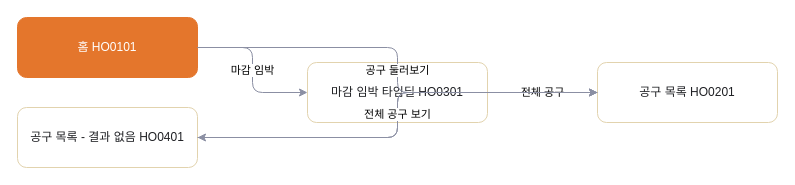
The draw.io diagram page "HO 홈·탐색" (2 of 10) of 판매용_템플릿/_판매팩/공동구매_플러스/05_FLOW_흐름도.drawio in hyunplanb-cyber/ia-generation-platform, before the edit. Source tidied: cells renumbered, new cells numbered last; positions are measured from the earlier drawing's top-left corner, leaving out a move shared by most shapes. Both pictures are drawn from the tidied source at 100%, with x=0, y=0 at pixel (17, 17).
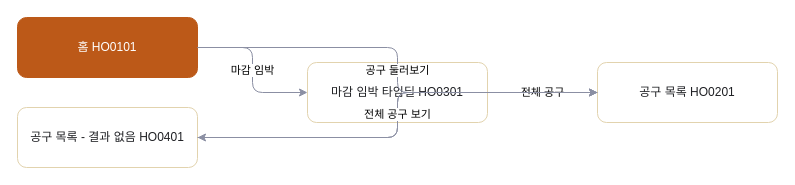
The same diagram, later.

What changed in the source:
```diff
@@
 <mxGraphModel>
   <root>
     <mxCell id="0" />
     <mxCell id="1" parent="0" />
-    <mxCell id="2" value="홈 HO0101" style="rounded=1;whiteSpace=wrap;html=1;fillColor=#E4762C;strokeColor=#E4762C;fontColor=#FFFFFF;" parent="1" vertex="1">
+    <mxCell id="2" value="홈 HO0101" style="rounded=1;whiteSpace=wrap;html=1;fillColor=#BC5918;strokeColor=#BC5918;fontColor=#FFFFFF;" parent="1" vertex="1">
       <mxGeometry width="180" height="60" as="geometry" />
     </mxCell>
     <mxCell id="3" value="공구 목록 HO0201" style="rounded=1;whiteSpace=wrap;html=1;fillColor=#FFFFFF;strokeColor=#E2D3AE;fontColor=#1F2024;" parent="1" vertex="1">
       <mxGeometry x="580" y="45" width="180" height="60" as="geometry" />
     </mxCell>
     <mxCell id="4" value="마감 임박 타임딜 HO0301" style="rounded=1;whiteSpace=wrap;html=1;fillColor=#FFFFFF;strokeColor=#E2D3AE;fontColor=#1F2024;" parent="1" vertex="1">
       <mxGeometry x="290" y="45" width="180" height="60" as="geometry" />
     </mxCell>
     <mxCell id="5" value="공구 목록 - 결과 없음 HO0401" style="rounded=1;whiteSpace=wrap;html=1;fillColor=#FFFFFF;strokeColor=#E2D3AE;fontColor=#1F2024;" parent="1" vertex="1">
       <mxGeometry y="90" width="180" height="60" as="geometry" />
     </mxCell>
     <mxCell id="6" value="공구 둘러보기" style="edgeStyle=orthogonalEdgeStyle;rounded=1;html=1;strokeColor=#8B8FA3;" parent="1" edge="1" source="2" target="3">
       <mxGeometry relative="1" as="geometry" />
     </mxCell>
     <mxCell id="7" value="마감 임박" style="edgeStyle=orthogonalEdgeStyle;rounded=1;html=1;strokeColor=#8B8FA3;" parent="1" edge="1" source="2" target="4">
       <mxGeometry relative="1" as="geometry" />
     </mxCell>
     <mxCell id="8" value="결과 없음" style="edgeStyle=orthogonalEdgeStyle;rounded=1;html=1;strokeColor=#8B8FA3;" parent="1" edge="1" source="3" target="5">
       <mxGeometry relative="1" as="geometry" />
     </mxCell>
     <mxCell id="9" value="전체 공구" style="edgeStyle=orthogonalEdgeStyle;rounded=1;html=1;strokeColor=#8B8FA3;" parent="1" edge="1" source="4" target="3">
       <mxGeometry relative="1" as="geometry" />
     </mxCell>
     <mxCell id="10" value="전체 공구 보기" style="edgeStyle=orthogonalEdgeStyle;rounded=1;html=1;strokeColor=#8B8FA3;" parent="1" edge="1" source="5" target="3">
       <mxGeometry relative="1" as="geometry" />
     </mxCell>
   </root>
 </mxGraphModel>
```
